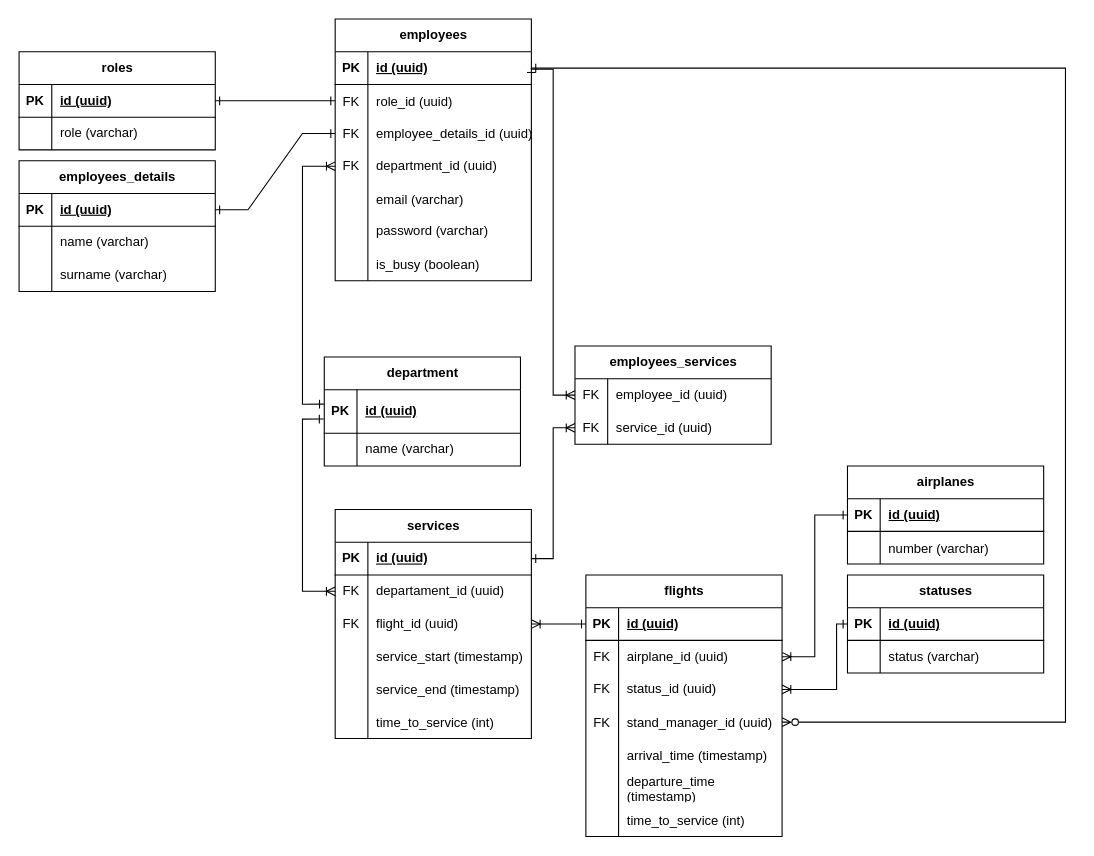
Before: ERD_diagram.drawio in monika-sokolowska/Airport-Services, a draw.io diagram. Source tidied: cells renumbered, new cells numbered last; positions are measured from the earlier drawing's top-left corner, leaving out a move shared by most shapes. Both pictures are drawn from the tidied source at 109%, with x=0, y=0 at pixel (19, 19).
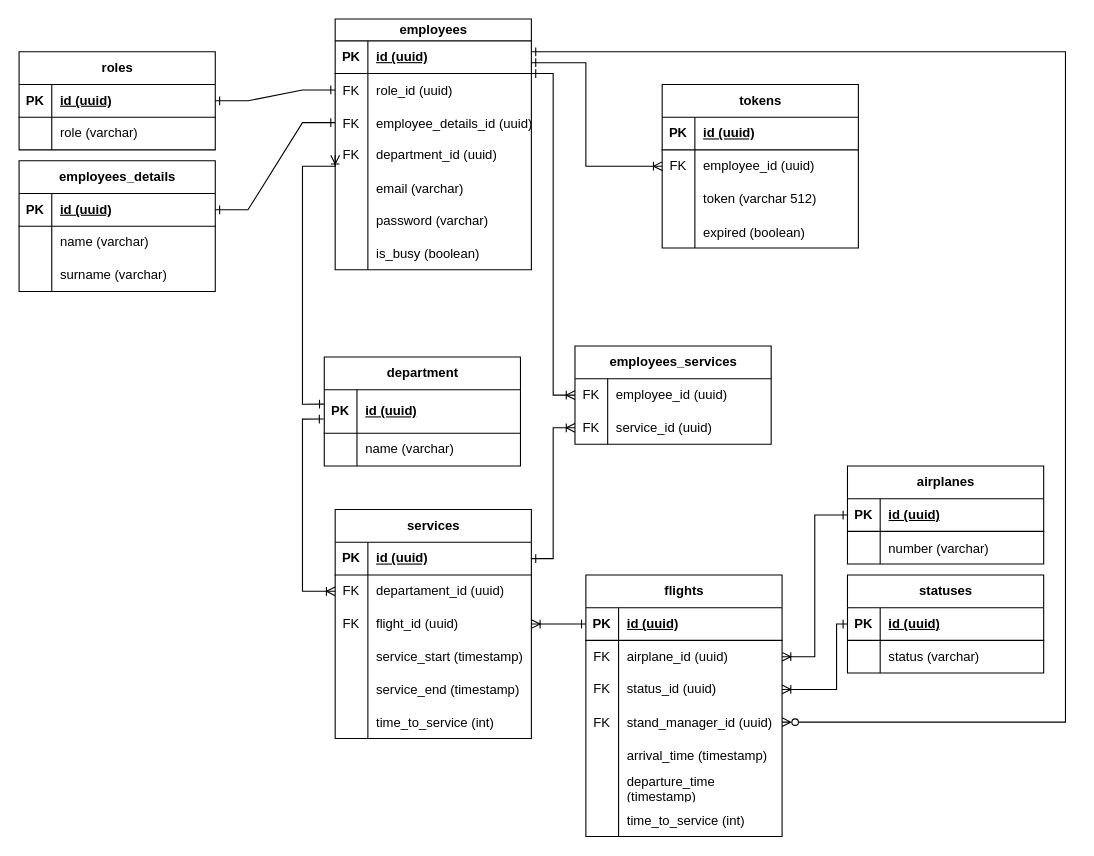
The same diagram, later.

Commit message (it also covers changes not shown here):
`/user/get` endpoint, updated diagram

The change refers to these unchanged cells:
```xml
<mxCell id="19" style="shape=tableRow;horizontal=0;startSize=0;swimlaneHead=0;swimlaneBody=0;fillColor=none;points=[[0,0.5],[1,0.5]];portConstraint=eastwest;top=0;left=0;right=0;bottom=0;" parent="9" vertex="1">
  <mxGeometry y="120" width="180" height="30" as="geometry" />
</mxCell>
<mxCell id="109" style="shape=tableRow;horizontal=0;startSize=0;swimlaneHead=0;swimlaneBody=0;fillColor=none;points=[[0,0.5],[1,0.5]];portConstraint=eastwest;top=0;left=0;right=0;bottom=0;" parent="108" vertex="1">
  <mxGeometry y="30" width="180" height="30" as="geometry" />
</mxCell>
```

Change to the diagram source:
```diff
@@
-    <mxCell id="55" value="&lt;div&gt;employees&lt;/div&gt;" style="shape=table;startSize=30;childLayout=tableLayout;rowLines=0;fontStyle=1;align=center;html=1;" parent="1" vertex="1">
-      <mxGeometry x="290" width="180" height="240" as="geometry" />
+    <mxCell id="55" value="&lt;div&gt;employees&lt;/div&gt;" style="shape=table;startSize=20;childLayout=tableLayout;rowLines=0;fontStyle=1;align=center;html=1;" parent="1" vertex="1">
+      <mxGeometry x="290" width="180" height="230" as="geometry" />
     </mxCell>
     <mxCell id="56" style="shape=tableRow;horizontal=0;startSize=0;swimlaneHead=0;swimlaneBody=0;fillColor=none;points=[[0,0.5],[1,0.5]];portConstraint=eastwest;top=0;left=0;right=0;bottom=1;" parent="55" vertex="1">
-      <mxGeometry y="30" width="180" height="30" as="geometry" />
+      <mxGeometry y="20" width="180" height="30" as="geometry" />
     </mxCell>
@@
     <mxCell id="59" style="shape=tableRow;horizontal=0;startSize=0;swimlaneHead=0;swimlaneBody=0;fillColor=none;points=[[0,0.5],[1,0.5]];portConstraint=eastwest;top=0;left=0;right=0;bottom=0;" parent="55" vertex="1">
-      <mxGeometry y="60" width="180" height="30" as="geometry" />
+      <mxGeometry y="50" width="180" height="30" as="geometry" />
     </mxCell>
@@
     <mxCell id="62" style="shape=tableRow;horizontal=0;startSize=0;swimlaneHead=0;swimlaneBody=0;fillColor=none;points=[[0,0.5],[1,0.5]];portConstraint=eastwest;top=0;left=0;right=0;bottom=0;" parent="55" vertex="1">
-      <mxGeometry y="90" width="180" height="30" as="geometry" />
+      <mxGeometry y="80" width="180" height="30" as="geometry" />
     </mxCell>
@@
     <mxCell id="65" style="shape=tableRow;horizontal=0;startSize=0;swimlaneHead=0;swimlaneBody=0;fillColor=none;points=[[0,0.5],[1,0.5]];portConstraint=eastwest;top=0;left=0;right=0;bottom=0;" parent="55" vertex="1">
-      <mxGeometry y="120" width="180" height="30" as="geometry" />
+      <mxGeometry y="110" width="180" height="30" as="geometry" />
     </mxCell>
@@
     <mxCell id="68" style="shape=tableRow;horizontal=0;startSize=0;swimlaneHead=0;swimlaneBody=0;fillColor=none;top=0;left=0;right=0;bottom=0;" parent="55" vertex="1">
-      <mxGeometry y="150" width="180" height="30" as="geometry" />
+      <mxGeometry y="140" width="180" height="30" as="geometry" />
     </mxCell>
@@
     <mxCell id="71" style="shape=tableRow;horizontal=0;startSize=0;swimlaneHead=0;swimlaneBody=0;fillColor=none;top=0;left=0;right=0;bottom=0;" parent="55" vertex="1">
-      <mxGeometry y="180" width="180" height="30" as="geometry" />
+      <mxGeometry y="170" width="180" height="30" as="geometry" />
     </mxCell>
@@
     <mxCell id="74" style="shape=tableRow;horizontal=0;startSize=0;swimlaneHead=0;swimlaneBody=0;fillColor=none;top=0;left=0;right=0;bottom=0;" parent="55" vertex="1">
-      <mxGeometry y="210" width="180" height="30" as="geometry" />
+      <mxGeometry y="200" width="180" height="30" as="geometry" />
     </mxCell>
@@
-    <mxCell id="103" style="edgeStyle=orthogonalEdgeStyle;rounded=0;jettySize=auto;html=1;startArrow=ERone;startFill=0;endArrow=ERzeroToMany;endFill=0;entryX=1;entryY=0.5;entryDx=0;entryDy=0;exitX=1;exitY=0.5;exitDx=0;exitDy=0;" parent="1" edge="1" source="56" target="19">
+    <mxCell id="103" style="edgeStyle=orthogonalEdgeStyle;rounded=0;jettySize=auto;html=1;startArrow=ERone;startFill=0;endArrow=ERzeroToMany;endFill=0;entryX=1;entryY=0.5;entryDx=0;entryDy=0;" parent="1" edge="1" target="19">
       <mxGeometry relative="1" as="geometry">
+        <mxPoint x="470" y="30" as="sourcePoint" />
         <Array as="points">
-          <mxPoint x="960" y="45" />
+          <mxPoint x="470" y="30" />
+          <mxPoint x="960" y="30" />
           <mxPoint x="960" y="645" />
         </Array>
       </mxGeometry>
     </mxCell>
@@
-    <mxCell id="115" style="edgeStyle=orthogonalEdgeStyle;rounded=0;jettySize=auto;html=1;startArrow=ERone;startFill=0;endArrow=ERoneToMany;endFill=0;exitX=1;exitY=0.5;exitDx=0;exitDy=0;entryX=0;entryY=0.5;entryDx=0;entryDy=0;" parent="1" edge="1" source="56" target="109">
+    <mxCell id="115" style="edgeStyle=orthogonalEdgeStyle;rounded=0;jettySize=auto;html=1;startArrow=ERone;startFill=0;endArrow=ERoneToMany;endFill=0;entryX=0;entryY=0.5;entryDx=0;entryDy=0;" parent="1" edge="1" target="109">
       <mxGeometry relative="1" as="geometry">
+        <mxPoint x="470" y="50" as="sourcePoint" />
         <Array as="points">
-          <mxPoint x="490" y="46" />
+          <mxPoint x="490" y="50" />
           <mxPoint x="490" y="345" />
         </Array>
       </mxGeometry>
     </mxCell>
@@
+    <mxCell id="120" value="tokens" style="shape=table;startSize=30;childLayout=tableLayout;rowLines=0;fontStyle=1;align=center;html=1;" parent="1" vertex="1">
+      <mxGeometry x="590" y="60" width="180" height="150" as="geometry" />
+    </mxCell>
+    <mxCell id="121" style="shape=tableRow;horizontal=0;startSize=0;swimlaneHead=0;swimlaneBody=0;fillColor=none;top=0;left=0;right=0;bottom=1;" parent="120" vertex="1">
+      <mxGeometry y="30" width="180" height="30" as="geometry" />
+    </mxCell>
+    <mxCell id="122" value="PK" style="shape=partialRectangle;fillColor=none;top=0;left=0;bottom=0;right=0;fontStyle=1;overflow=hidden;whiteSpace=wrap;html=1;" parent="121" vertex="1">
+      <mxGeometry width="30" height="30" as="geometry" />
+    </mxCell>
+    <mxCell id="123" value="id (uuid)" style="shape=partialRectangle;fillColor=none;top=0;left=0;bottom=0;right=0;align=left;spacingLeft=6;fontStyle=5;overflow=hidden;whiteSpace=wrap;html=1;" parent="121" vertex="1">
+      <mxGeometry x="30" width="150" height="30" as="geometry" />
+    </mxCell>
+    <mxCell id="124" style="shape=tableRow;horizontal=0;startSize=0;swimlaneHead=0;swimlaneBody=0;fillColor=none;points=[[0,0.5],[1,0.5]];portConstraint=eastwest;top=0;left=0;right=0;bottom=0;" parent="120" vertex="1">
+      <mxGeometry y="60" width="180" height="30" as="geometry" />
+    </mxCell>
+    <mxCell id="125" value="FK" style="shape=partialRectangle;fillColor=none;top=0;left=0;bottom=0;right=0;fontStyle=0;overflow=hidden;whiteSpace=wrap;html=1;" parent="124" vertex="1">
+      <mxGeometry width="30" height="30" as="geometry" />
+    </mxCell>
+    <mxCell id="126" value="&lt;div&gt;employee_id (uuid)&lt;br&gt;&lt;/div&gt;" style="shape=partialRectangle;fillColor=none;top=0;left=0;bottom=0;right=0;align=left;spacingLeft=6;fontStyle=0;overflow=hidden;whiteSpace=wrap;html=1;" parent="124" vertex="1">
+      <mxGeometry x="30" width="150" height="30" as="geometry" />
+    </mxCell>
+    <mxCell id="127" style="shape=tableRow;horizontal=0;startSize=0;swimlaneHead=0;swimlaneBody=0;fillColor=none;top=0;left=0;right=0;bottom=0;" parent="120" vertex="1">
+      <mxGeometry y="90" width="180" height="30" as="geometry" />
+    </mxCell>
+    <mxCell id="128" style="shape=partialRectangle;fillColor=none;top=0;left=0;bottom=0;right=0;overflow=hidden;whiteSpace=wrap;html=1;" parent="127" vertex="1">
+      <mxGeometry width="30" height="30" as="geometry" />
+    </mxCell>
+    <mxCell id="129" value="&lt;div&gt;token (varchar 512)&lt;/div&gt;" style="shape=partialRectangle;fillColor=none;top=0;left=0;bottom=0;right=0;align=left;spacingLeft=6;overflow=hidden;whiteSpace=wrap;html=1;" parent="127" vertex="1">
+      <mxGeometry x="30" width="150" height="30" as="geometry" />
+    </mxCell>
+    <mxCell id="130" style="shape=tableRow;horizontal=0;startSize=0;swimlaneHead=0;swimlaneBody=0;fillColor=none;top=0;left=0;right=0;bottom=0;" parent="120" vertex="1">
+      <mxGeometry y="120" width="180" height="30" as="geometry" />
+    </mxCell>
+    <mxCell id="131" style="shape=partialRectangle;fillColor=none;top=0;left=0;bottom=0;right=0;overflow=hidden;" parent="130" vertex="1">
+      <mxGeometry width="30" height="30" as="geometry" />
+    </mxCell>
+    <mxCell id="132" value="expired (boolean)" style="shape=partialRectangle;fillColor=none;top=0;left=0;bottom=0;right=0;align=left;spacingLeft=6;overflow=hidden;" parent="130" vertex="1">
+      <mxGeometry x="30" width="150" height="30" as="geometry" />
+    </mxCell>
+    <mxCell id="133" style="edgeStyle=orthogonalEdgeStyle;rounded=0;jettySize=auto;html=1;startArrow=ERone;startFill=0;endArrow=ERoneToMany;endFill=0;entryX=0;entryY=0.5;entryDx=0;entryDy=0;" parent="1" edge="1" target="124">
+      <mxGeometry relative="1" as="geometry">
+        <mxPoint x="470" y="40" as="sourcePoint" />
+        <Array as="points">
+          <mxPoint x="470" y="40" />
+          <mxPoint x="520" y="40" />
+          <mxPoint x="520" y="135" />
+        </Array>
+      </mxGeometry>
+    </mxCell>
```
